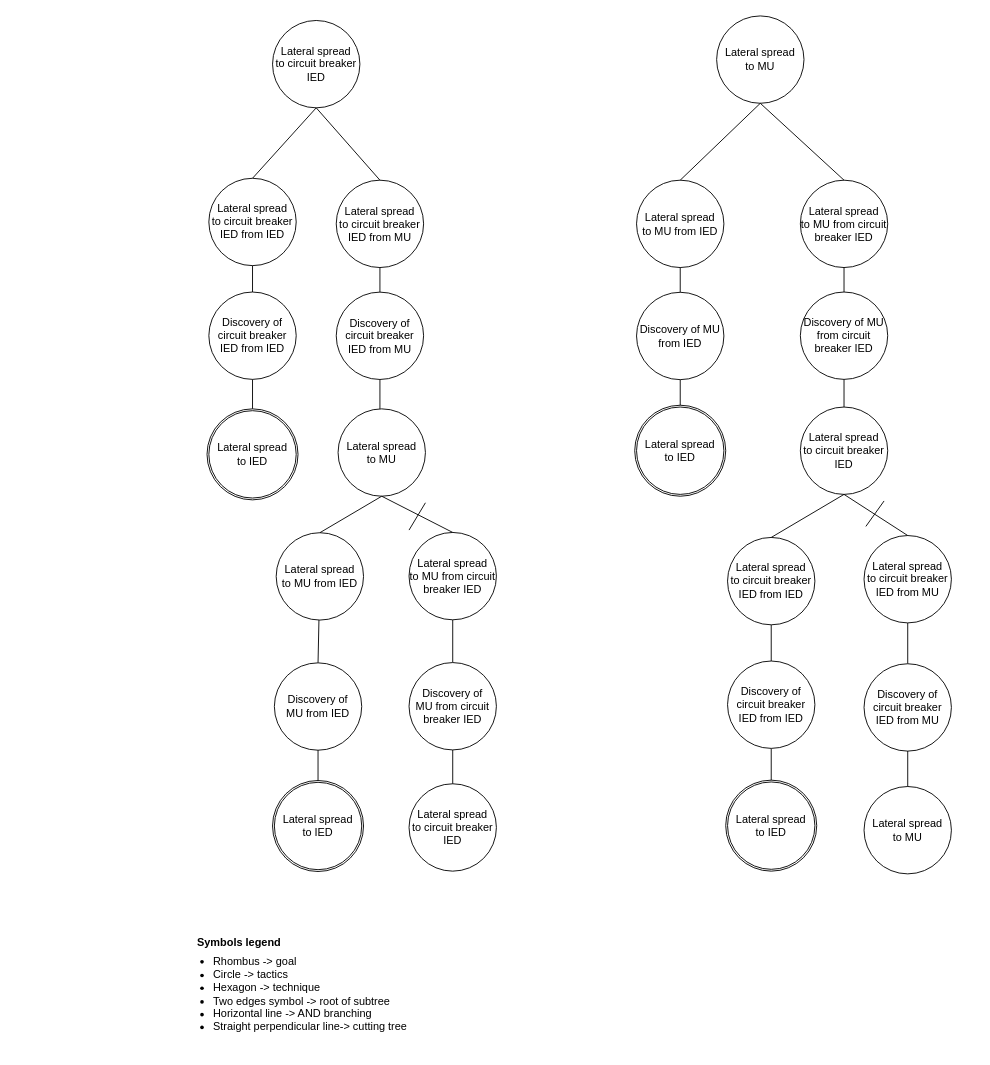
mihaelM/Attack_trees keeps this draw.io diagram as drawIO_trees/solution_5_helper_trees_faulty_2.drawio. Above is the earlier version. Source tidied: cells renumbered, new cells numbered last; positions are measured from the earlier drawing's top-left corner, leaving out a move shared by most shapes. Both pictures are drawn from the tidied source at 91%, with x=0, y=0 at pixel (175, 15).
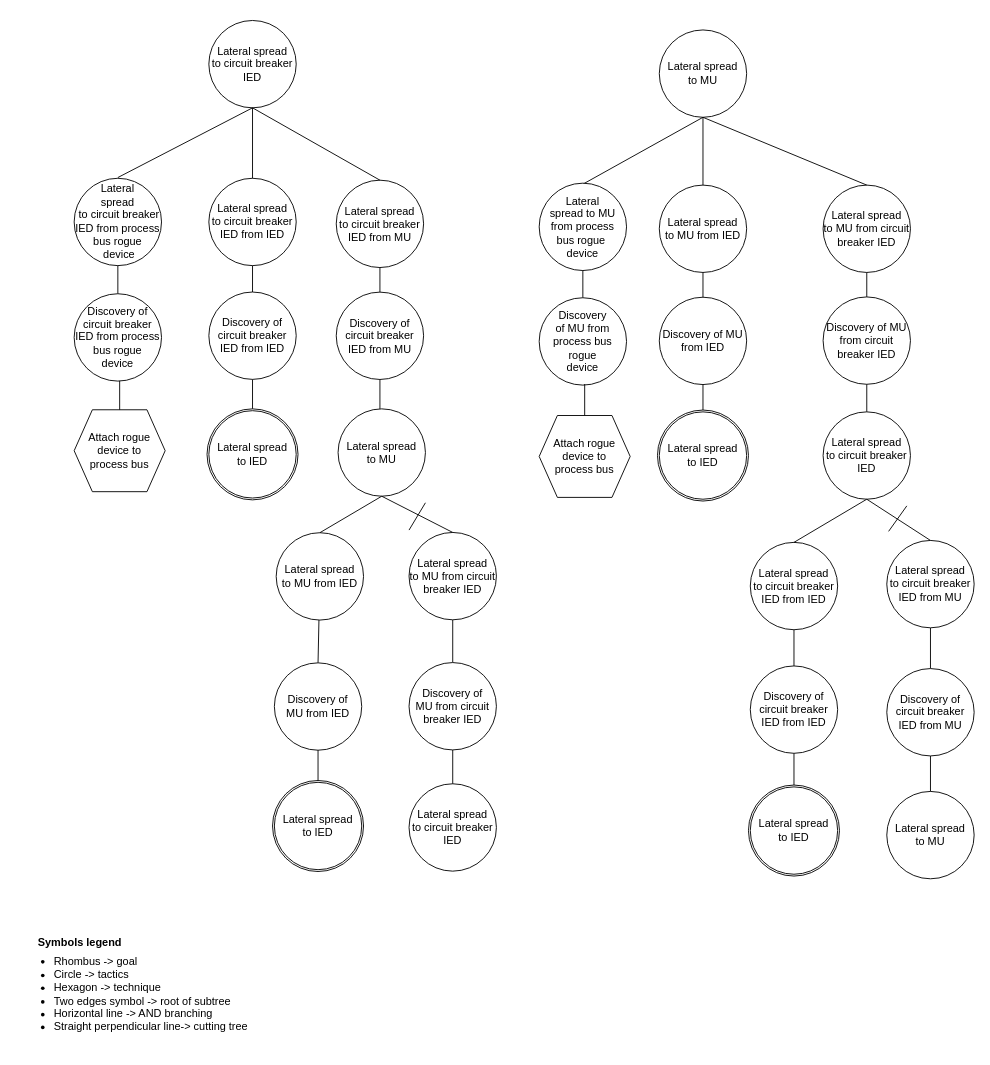
The same page after the edit.

Diff of the diagram source:
```diff
@@
     <mxCell id="2" value="&lt;font style=&quot;font-size: 12px&quot;&gt;Symbols legend&lt;/font&gt;" style="text;strokeColor=none;fillColor=none;html=1;fontSize=24;fontStyle=1;verticalAlign=middle;align=center;" parent="1" vertex="1">
-      <mxGeometry x="20" y="995" width="100" height="40" as="geometry" />
+      <mxGeometry x="-155" y="995" width="100" height="40" as="geometry" />
     </mxCell>
     <mxCell id="3" value="&lt;ul&gt;&lt;li&gt;&lt;span&gt;Rhombus -&amp;gt; goal&lt;/span&gt;&lt;/li&gt;&lt;li&gt;&lt;span&gt;Circle -&amp;gt; tactics&lt;/span&gt;&lt;br&gt;&lt;/li&gt;&lt;li&gt;Hexagon -&amp;gt; technique&lt;/li&gt;&lt;li&gt;Two edges symbol -&amp;gt; root of subtree&lt;/li&gt;&lt;li&gt;&lt;span&gt;Horizontal line -&amp;gt; AND branching&lt;/span&gt;&lt;br&gt;&lt;/li&gt;&lt;li&gt;Straight perpendicular line-&amp;gt; cutting tree&lt;/li&gt;&lt;/ul&gt;" style="text;strokeColor=none;fillColor=none;html=1;whiteSpace=wrap;verticalAlign=middle;overflow=hidden;fontSize=12;" parent="1" vertex="1">
-      <mxGeometry y="1015" width="260" height="120" as="geometry" />
+      <mxGeometry x="-175" y="1015" width="260" height="120" as="geometry" />
     </mxCell>
@@
     <mxCell id="8" value="Lateral spread&lt;br&gt;to circuit breaker IED" style="ellipse;whiteSpace=wrap;html=1;" parent="1" vertex="1">
-      <mxGeometry x="107" y="5" width="96" height="96" as="geometry" />
+      <mxGeometry x="37" y="5" width="96" height="96" as="geometry" />
     </mxCell>
@@
     <mxCell id="19" value="Lateral spread&lt;br&gt;to MU from IED" style="ellipse;whiteSpace=wrap;html=1;" parent="1" vertex="1">
-      <mxGeometry x="507" y="180.5" width="96" height="96" as="geometry" />
+      <mxGeometry x="532" y="185.9" width="96" height="96" as="geometry" />
     </mxCell>
     <mxCell id="20" style="endArrow=none;html=1;rounded=0;exitX=0.5;exitY=1;exitDx=0;exitDy=0;entryX=0.5;entryY=0;entryDx=0;entryDy=0;" parent="1" edge="1" target="54">
       <mxGeometry relative="1" as="geometry">
-        <mxPoint x="555" y="397.4" as="sourcePoint" />
+        <mxPoint x="580" y="402.7" as="sourcePoint" />
       </mxGeometry>
     </mxCell>
     <mxCell id="21" value="Discovery of MU from IED" style="ellipse;whiteSpace=wrap;html=1;" parent="1" vertex="1">
-      <mxGeometry x="507" y="303.7" width="96" height="96" as="geometry" />
+      <mxGeometry x="532" y="309.1" width="96" height="96" as="geometry" />
     </mxCell>
@@
     <mxCell id="23" value="Lateral spread&lt;br&gt;to MU" style="ellipse;whiteSpace=wrap;html=1;" parent="1" vertex="1">
-      <mxGeometry x="595" width="96" height="96" as="geometry" />
+      <mxGeometry x="532" y="15.4" width="96" height="96" as="geometry" />
     </mxCell>
@@
     <mxCell id="25" value="Lateral spread&lt;br&gt;to MU from circuit breaker IED" style="ellipse;whiteSpace=wrap;html=1;" parent="1" vertex="1">
-      <mxGeometry x="687" y="180.5" width="96" height="96" as="geometry" />
+      <mxGeometry x="712" y="185.9" width="96" height="96" as="geometry" />
     </mxCell>
@@
     <mxCell id="27" value="Discovery of MU from circuit breaker IED" style="ellipse;whiteSpace=wrap;html=1;" parent="1" vertex="1">
-      <mxGeometry x="687" y="303.4" width="96" height="96" as="geometry" />
+      <mxGeometry x="712" y="308.8" width="96" height="96" as="geometry" />
     </mxCell>
@@
     <mxCell id="30" value="Lateral spread&lt;br&gt;to circuit breaker IED from IED" style="ellipse;whiteSpace=wrap;html=1;" parent="1" vertex="1">
-      <mxGeometry x="607" y="573.1" width="96" height="96" as="geometry" />
+      <mxGeometry x="632" y="578.5" width="96" height="96" as="geometry" />
     </mxCell>
     <mxCell id="31" value="Discovery of circuit breaker IED&amp;nbsp;from IED" style="ellipse;whiteSpace=wrap;html=1;" parent="1" vertex="1">
-      <mxGeometry x="607" y="708.9" width="96" height="96" as="geometry" />
+      <mxGeometry x="632" y="714.3" width="96" height="96" as="geometry" />
     </mxCell>
     <mxCell id="32" style="endArrow=none;html=1;rounded=0;exitX=0.5;exitY=1;exitDx=0;exitDy=0;" parent="1" edge="1" source="27">
       <mxGeometry relative="1" as="geometry">
-        <mxPoint x="735" y="435" as="targetPoint" />
+        <mxPoint x="760" y="440.4" as="targetPoint" />
       </mxGeometry>
     </mxCell>
@@
     <mxCell id="43" value="Lateral spread&lt;br&gt;to circuit breaker IED" style="ellipse;whiteSpace=wrap;html=1;" parent="1" vertex="1">
-      <mxGeometry x="687" y="429.8" width="96" height="96" as="geometry" />
+      <mxGeometry x="712" y="435.1" width="96" height="96" as="geometry" />
     </mxCell>
@@
     <mxCell id="45" value="Lateral spread&lt;br&gt;to MU" style="ellipse;whiteSpace=wrap;html=1;" parent="1" vertex="1">
-      <mxGeometry x="757" y="846.8" width="96" height="96" as="geometry" />
+      <mxGeometry x="782" y="852.2" width="96" height="96" as="geometry" />
     </mxCell>
     <mxCell id="46" style="endArrow=none;html=1;rounded=0;exitX=0.5;exitY=1;exitDx=0;exitDy=0;" parent="1" edge="1" target="45">
       <mxGeometry relative="1" as="geometry">
-        <mxPoint x="805" y="797.8" as="sourcePoint" />
+        <mxPoint x="830" y="803.2" as="sourcePoint" />
       </mxGeometry>
     </mxCell>
@@
     <mxCell id="48" value="Lateral spread&lt;br&gt;to circuit breaker IED from MU" style="ellipse;whiteSpace=wrap;html=1;" parent="1" vertex="1">
-      <mxGeometry x="757" y="571" width="96" height="96" as="geometry" />
+      <mxGeometry x="782" y="576.4" width="96" height="96" as="geometry" />
     </mxCell>
     <mxCell id="49" value="Discovery of circuit breaker IED&amp;nbsp;from MU" style="ellipse;whiteSpace=wrap;html=1;" parent="1" vertex="1">
-      <mxGeometry x="757" y="711.9" width="96" height="96" as="geometry" />
+      <mxGeometry x="782" y="717.2" width="96" height="96" as="geometry" />
     </mxCell>
@@
     <mxCell id="51" style="ellipse;whiteSpace=wrap;html=1;" parent="1" vertex="1">
-      <mxGeometry x="605" y="839.8" width="100" height="100" as="geometry" />
+      <mxGeometry x="630" y="845.2" width="100" height="100" as="geometry" />
     </mxCell>
     <mxCell id="52" value="Lateral spread&lt;br&gt;to IED" style="ellipse;whiteSpace=wrap;html=1;" parent="1" vertex="1">
-      <mxGeometry x="607" y="841.8" width="96" height="96" as="geometry" />
+      <mxGeometry x="632" y="847.2" width="96" height="96" as="geometry" />
     </mxCell>
     <mxCell id="53" style="ellipse;whiteSpace=wrap;html=1;" parent="1" vertex="1">
-      <mxGeometry x="505" y="427.8" width="100" height="100" as="geometry" />
+      <mxGeometry x="530" y="433.1" width="100" height="100" as="geometry" />
     </mxCell>
     <mxCell id="54" value="Lateral spread&lt;br&gt;to IED" style="ellipse;whiteSpace=wrap;html=1;" parent="1" vertex="1">
-      <mxGeometry x="507" y="429.8" width="96" height="96" as="geometry" />
+      <mxGeometry x="532" y="435.1" width="96" height="96" as="geometry" />
     </mxCell>
@@
     <mxCell id="59" style="endArrow=none;html=1;rounded=0;" parent="1" edge="1">
       <mxGeometry relative="1" as="geometry">
-        <mxPoint x="759" y="561" as="sourcePoint" />
-        <mxPoint x="779" y="533" as="targetPoint" />
+        <mxPoint x="784" y="566.4" as="sourcePoint" />
+        <mxPoint x="804" y="538.4" as="targetPoint" />
       </mxGeometry>
     </mxCell>
+    <mxCell id="60" style="endArrow=none;html=1;rounded=0;entryX=0.5;entryY=0;entryDx=0;entryDy=0;" parent="1" edge="1">
+      <mxGeometry relative="1" as="geometry">
+        <mxPoint x="85" y="101" as="sourcePoint" />
+        <mxPoint x="-63" y="177.6" as="targetPoint" />
+      </mxGeometry>
+    </mxCell>
+    <mxCell id="61" value="Lateral &lt;br&gt;spread&lt;br&gt;&amp;nbsp;to circuit breaker IED from process bus rogue&lt;br&gt;&amp;nbsp;device" style="ellipse;whiteSpace=wrap;html=1;" parent="1" vertex="1">
+      <mxGeometry x="-111" y="178.4" width="96" height="96" as="geometry" />
+    </mxCell>
+    <mxCell id="62" style="endArrow=none;html=1;rounded=0;entryX=0.5;entryY=1;entryDx=0;entryDy=0;" parent="1" edge="1" source="63" target="61">
+      <mxGeometry relative="1" as="geometry" />
+    </mxCell>
+    <mxCell id="63" value="Discovery of circuit breaker IED from process bus rogue &lt;br&gt;device" style="ellipse;whiteSpace=wrap;html=1;" parent="1" vertex="1">
+      <mxGeometry x="-111" y="305.3" width="96" height="96" as="geometry" />
+    </mxCell>
+    <mxCell id="64" value="Attach rogue device to &lt;br&gt;process bus" style="shape=hexagon;perimeter=hexagonPerimeter2;whiteSpace=wrap;html=1;fixedSize=1;" parent="1" vertex="1">
+      <mxGeometry x="-111" y="432.8" width="100" height="90" as="geometry" />
+    </mxCell>
+    <mxCell id="65" style="endArrow=none;html=1;rounded=0;" parent="1" edge="1" source="64">
+      <mxGeometry relative="1" as="geometry">
+        <mxPoint x="-61" y="401.1" as="targetPoint" />
+      </mxGeometry>
+    </mxCell>
+    <mxCell id="66" style="endArrow=none;html=1;rounded=0;exitX=0.5;exitY=1;exitDx=0;exitDy=0;entryX=0.5;entryY=0;entryDx=0;entryDy=0;" parent="1" edge="1" source="23">
+      <mxGeometry relative="1" as="geometry">
+        <mxPoint x="448" y="184.9" as="targetPoint" />
+      </mxGeometry>
+    </mxCell>
+    <mxCell id="67" value="Lateral &lt;br&gt;spread to MU from process &lt;br&gt;bus rogue&amp;nbsp;&lt;br&gt;device" style="ellipse;whiteSpace=wrap;html=1;" parent="1" vertex="1">
+      <mxGeometry x="400" y="183.8" width="96" height="96" as="geometry" />
+    </mxCell>
+    <mxCell id="68" style="endArrow=none;html=1;rounded=0;entryX=0.5;entryY=1;entryDx=0;entryDy=0;" parent="1" edge="1" source="69" target="67">
+      <mxGeometry relative="1" as="geometry" />
+    </mxCell>
+    <mxCell id="69" value="Discovery &lt;br&gt;of MU from process bus rogue &lt;br&gt;device" style="ellipse;whiteSpace=wrap;html=1;" parent="1" vertex="1">
+      <mxGeometry x="400" y="309.7" width="96" height="96" as="geometry" />
+    </mxCell>
+    <mxCell id="70" value="Attach rogue device to &lt;br&gt;process bus" style="shape=hexagon;perimeter=hexagonPerimeter2;whiteSpace=wrap;html=1;fixedSize=1;" parent="1" vertex="1">
+      <mxGeometry x="400" y="439.1" width="100" height="90" as="geometry" />
+    </mxCell>
+    <mxCell id="71" style="endArrow=none;html=1;rounded=0;" parent="1" edge="1" source="70">
+      <mxGeometry relative="1" as="geometry">
+        <mxPoint x="450" y="404.5" as="targetPoint" />
+      </mxGeometry>
+    </mxCell>
```
